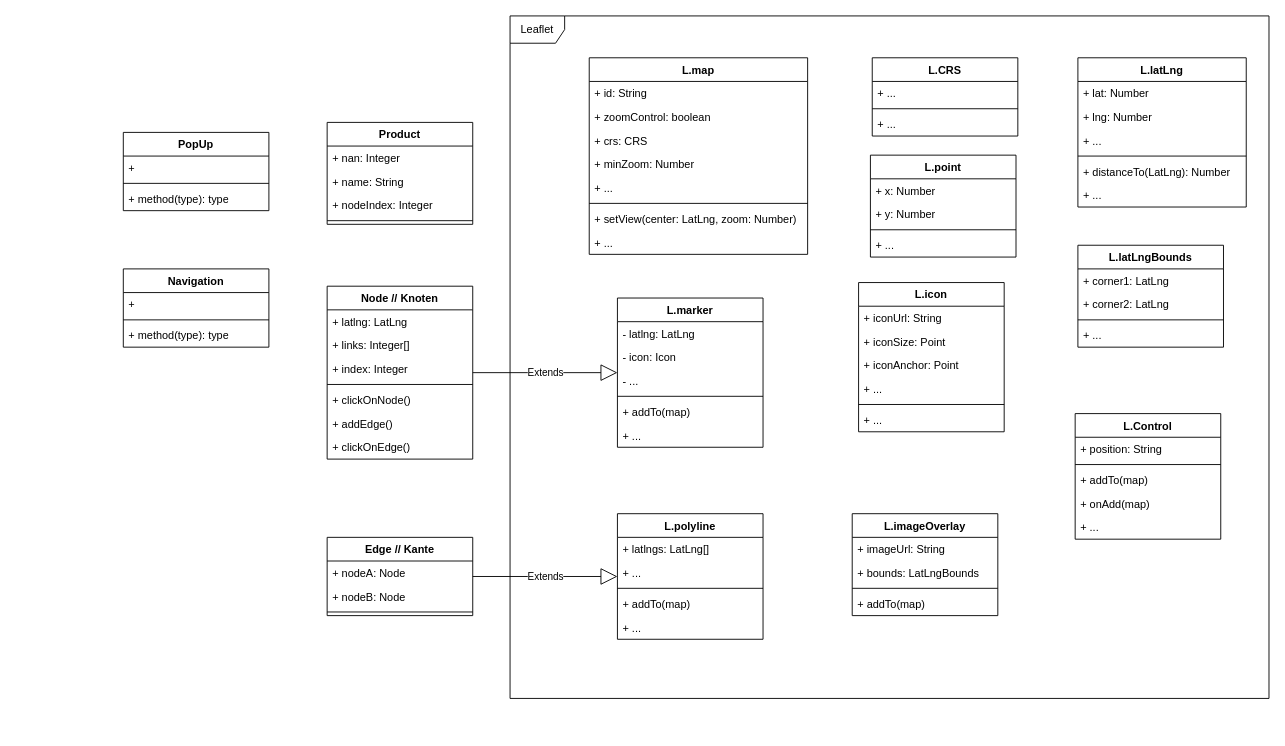
danielgilbers/indoor-navigation keeps this draw.io diagram as page "Klassendiagramm" (1 of 2) of drawio/indoor-navigation.drawio. Above is the earlier version. Source tidied: cells renumbered, new cells numbered last; positions are measured from the earlier drawing's top-left corner, leaving out a move shared by most shapes. Both pictures are drawn from the tidied source at 91%, with x=0, y=0 at pixel (123, 15).
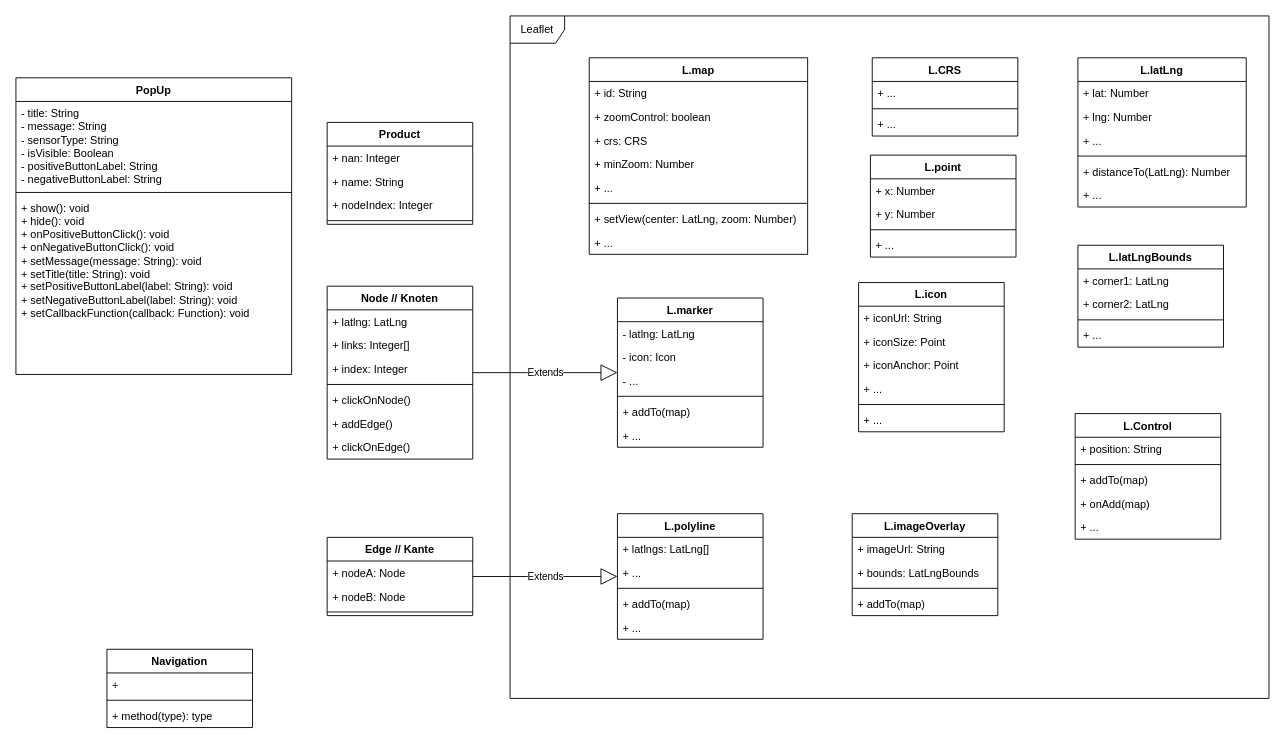
The same page after the edit.

Change to the diagram source:
```diff
@@
     <mxCell id="83" value="PopUp" style="swimlane;fontStyle=1;align=center;verticalAlign=top;horizontal=1;startSize=26;whiteSpace=wrap;html=1;" parent="1" vertex="1">
-      <mxGeometry y="128" width="160" height="86" as="geometry" />
+      <mxGeometry x="-118" y="68" width="303" height="326" as="geometry" />
     </mxCell>
-    <mxCell id="84" value="+&amp;nbsp;" style="text;strokeColor=none;fillColor=none;align=left;verticalAlign=top;spacingLeft=4;spacingRight=4;overflow=hidden;whiteSpace=wrap;html=1;" parent="83" vertex="1">
-      <mxGeometry y="26" width="160" height="26" as="geometry" />
+    <mxCell id="84" value="&lt;div&gt;- title: String&lt;br&gt;- message: String&lt;/div&gt;&lt;div&gt;- sensorType: String&lt;/div&gt;&lt;div&gt;- isVisible: Boolean&lt;/div&gt;&lt;div&gt;- positiveButtonLabel: String&lt;/div&gt;&lt;div&gt;- negativeButtonLabel: String&lt;/div&gt;" style="text;strokeColor=none;fillColor=none;align=left;verticalAlign=top;spacingLeft=4;spacingRight=4;overflow=hidden;whiteSpace=wrap;html=1;" parent="83" vertex="1">
+      <mxGeometry y="26" width="303" height="96" as="geometry" />
     </mxCell>
     <mxCell id="85" style="line;strokeWidth=1;fillColor=none;align=left;verticalAlign=middle;spacingTop=-1;spacingLeft=3;spacingRight=3;labelPosition=right;strokeColor=inherit;" parent="83" vertex="1">
-      <mxGeometry y="52" width="160" height="8" as="geometry" />
+      <mxGeometry y="122" width="303" height="8" as="geometry" />
     </mxCell>
-    <mxCell id="86" value="+ method(type): type" style="text;strokeColor=none;fillColor=none;align=left;verticalAlign=top;spacingLeft=4;spacingRight=4;overflow=hidden;whiteSpace=wrap;html=1;" parent="83" vertex="1">
-      <mxGeometry y="60" width="160" height="26" as="geometry" />
+    <mxCell id="86" value="&lt;div&gt;+ show(): void&lt;/div&gt;&lt;div&gt;+ hide(): void&lt;/div&gt;&lt;div&gt;+ onPositiveButtonClick(): void&lt;/div&gt;&lt;div&gt;+ onNegativeButtonClick(): void&lt;/div&gt;&lt;div&gt;+ setMessage(message: String): void&lt;/div&gt;&lt;div&gt;+ setTitle(title: String): void&lt;/div&gt;&lt;div&gt;+ setPositiveButtonLabel(label: String): void&lt;/div&gt;&lt;div&gt;+ setNegativeButtonLabel(label: String): void&lt;/div&gt;&lt;div&gt;+ setCallbackFunction(callback: Function): void&lt;/div&gt;" style="text;strokeColor=none;fillColor=none;align=left;verticalAlign=top;spacingLeft=4;spacingRight=4;overflow=hidden;whiteSpace=wrap;html=1;" parent="83" vertex="1">
+      <mxGeometry y="130" width="303" height="196" as="geometry" />
     </mxCell>
     <mxCell id="87" value="Navigation" style="swimlane;fontStyle=1;align=center;verticalAlign=top;horizontal=1;startSize=26;whiteSpace=wrap;html=1;" parent="1" vertex="1">
-      <mxGeometry y="278" width="160" height="86" as="geometry" />
+      <mxGeometry x="-18" y="696" width="160" height="86" as="geometry" />
     </mxCell>
```
